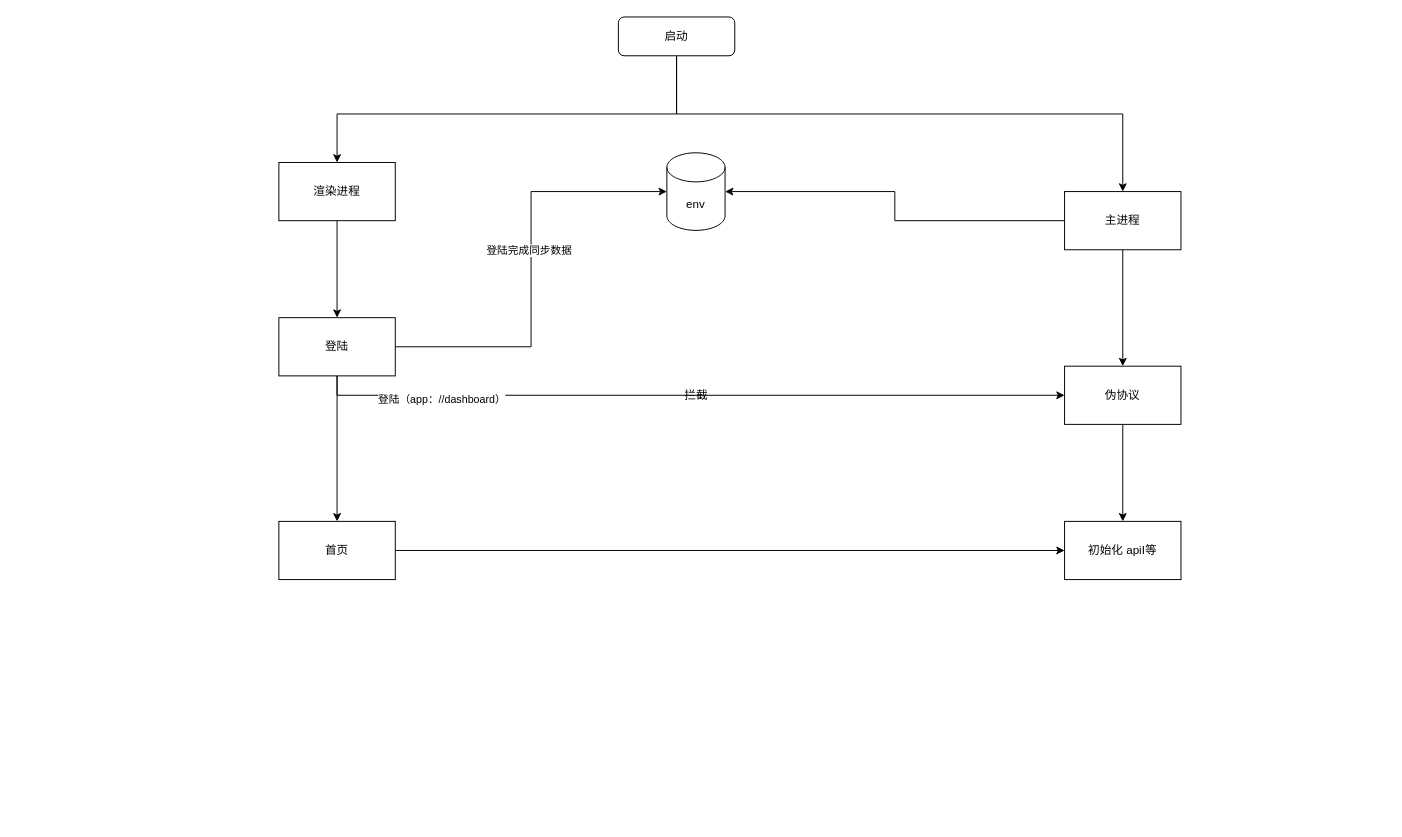
The draw.io diagram session.drawio in oppo-80343438/flowChart, before the edit. Source tidied: cells renumbered, new cells numbered last; positions are measured from the earlier drawing's top-left corner, leaving out a move shared by most shapes. Both pictures are drawn from the tidied source at 97%, with x=0, y=0 at pixel (278, 16).
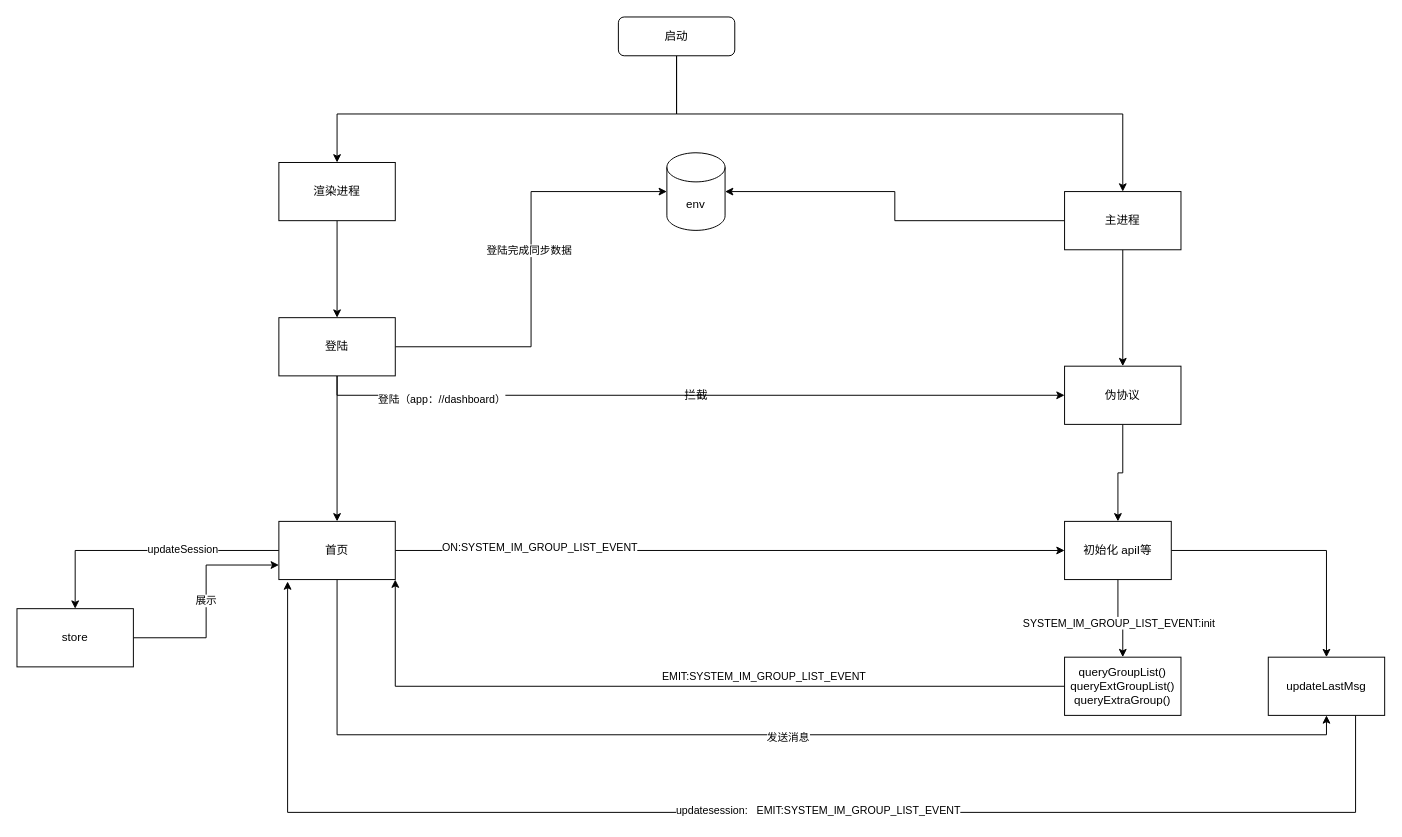
After the change.

Unchanged cells that the change refers to:
```xml
<mxCell id="20" style="edgeStyle=orthogonalEdgeStyle;rounded=0;jettySize=auto;html=1;entryX=0;entryY=0.5;entryDx=0;entryDy=0;" parent="1" edge="1" source="21" target="19">
  <mxGeometry relative="1" as="geometry">
    <Array as="points">
      <mxPoint x="810" y="550" />
      <mxPoint x="810" y="550" />
    </Array>
  </mxGeometry>
</mxCell>
<mxCell id="21" value="首页" style="rounded=0;whiteSpace=wrap;html=1;" parent="1" vertex="1">
  <mxGeometry y="520" width="120" height="60" as="geometry" />
</mxCell>
```

Change to the diagram source:
```diff
@@
+    <mxCell id="23" style="edgeStyle=orthogonalEdgeStyle;rounded=0;jettySize=auto;html=1;" parent="1" edge="1" source="19" target="32">
+      <mxGeometry relative="1" as="geometry" />
+    </mxCell>
+    <mxCell id="24" value="SYSTEM_IM_GROUP_LIST_EVENT:init" style="edgeLabel;html=1;align=center;verticalAlign=middle;" parent="23" vertex="1">
+      <mxGeometry x="-0.07" y="-4" relative="1" as="geometry" />
+    </mxCell>
+    <mxCell id="25" style="edgeStyle=orthogonalEdgeStyle;rounded=0;jettySize=auto;html=1;entryX=0.5;entryY=0;entryDx=0;entryDy=0;" parent="1" edge="1" source="19" target="38">
+      <mxGeometry relative="1" as="geometry" />
+    </mxCell>
     <mxCell id="19" value="初始化 apiI等" style="rounded=0;whiteSpace=wrap;html=1;" parent="1" vertex="1">
-      <mxGeometry x="810" y="520" width="120" height="60" as="geometry" />
+      <mxGeometry x="810" y="520" width="110" height="60" as="geometry" />
     </mxCell>
@@
+    <mxCell id="26" value="ON:SYSTEM_IM_GROUP_LIST_EVENT" style="edgeLabel;html=1;align=center;verticalAlign=middle;" parent="20" vertex="1">
+      <mxGeometry x="-0.57" y="4" relative="1" as="geometry" />
+    </mxCell>
+    <mxCell id="27" style="edgeStyle=orthogonalEdgeStyle;rounded=0;jettySize=auto;html=1;entryX=0.5;entryY=0;entryDx=0;entryDy=0;" parent="1" edge="1" source="21" target="35">
+      <mxGeometry relative="1" as="geometry" />
+    </mxCell>
+    <mxCell id="28" value="updateSession" style="edgeLabel;html=1;align=center;verticalAlign=middle;" parent="27" vertex="1">
+      <mxGeometry x="-0.26" y="-2" relative="1" as="geometry" />
+    </mxCell>
+    <mxCell id="29" style="edgeStyle=orthogonalEdgeStyle;rounded=0;jettySize=auto;html=1;entryX=0.5;entryY=1;entryDx=0;entryDy=0;" parent="1" edge="1" source="21" target="38">
+      <mxGeometry relative="1" as="geometry">
+        <Array as="points">
+          <mxPoint x="60" y="740" />
+          <mxPoint x="1080" y="740" />
+        </Array>
+      </mxGeometry>
+    </mxCell>
+    <mxCell id="30" value="发送消息" style="edgeLabel;html=1;align=center;verticalAlign=middle;" parent="29" vertex="1">
+      <mxGeometry x="0.04" y="-2" relative="1" as="geometry" />
+    </mxCell>
@@
+    <mxCell id="31" style="edgeStyle=orthogonalEdgeStyle;rounded=0;jettySize=auto;html=1;entryX=1;entryY=1;entryDx=0;entryDy=0;" parent="1" edge="1" source="32" target="21">
+      <mxGeometry relative="1" as="geometry" />
+    </mxCell>
+    <mxCell id="32" value="queryGroupList()&lt;br&gt;queryExtGroupList()&lt;br&gt;queryExtraGroup()" style="whiteSpace=wrap;html=1;rounded=0;" parent="1" vertex="1">
+      <mxGeometry x="810" y="660" width="120" height="60" as="geometry" />
+    </mxCell>
+    <mxCell id="33" value="&lt;span style=&quot;font-size: 11px ; background-color: rgb(255 , 255 , 255)&quot;&gt;EMIT:SYSTEM_IM_GROUP_LIST_EVENT&lt;/span&gt;" style="text;html=1;align=center;verticalAlign=middle;strokeColor=none;" parent="1" vertex="1">
+      <mxGeometry x="380" y="670" width="240" height="20" as="geometry" />
+    </mxCell>
+    <mxCell id="34" value="展示" style="edgeStyle=orthogonalEdgeStyle;rounded=0;jettySize=auto;html=1;entryX=0;entryY=0.75;entryDx=0;entryDy=0;" parent="1" edge="1" source="35" target="21">
+      <mxGeometry relative="1" as="geometry" />
+    </mxCell>
+    <mxCell id="35" value="store" style="rounded=0;whiteSpace=wrap;html=1;" parent="1" vertex="1">
+      <mxGeometry x="-270" y="610" width="120" height="60" as="geometry" />
+    </mxCell>
+    <mxCell id="36" style="edgeStyle=orthogonalEdgeStyle;rounded=0;jettySize=auto;html=1;exitX=0.75;exitY=1;exitDx=0;exitDy=0;entryX=0.075;entryY=1.033;entryDx=0;entryDy=0;entryPerimeter=0;" parent="1" edge="1" source="38" target="21">
+      <mxGeometry relative="1" as="geometry">
+        <Array as="points">
+          <mxPoint x="1110" y="820" />
+          <mxPoint x="9" y="820" />
+        </Array>
+      </mxGeometry>
+    </mxCell>
+    <mxCell id="37" value="updatesession:&amp;nbsp; &amp;nbsp;EMIT:SYSTEM_IM_GROUP_LIST_EVENT" style="edgeLabel;html=1;align=center;verticalAlign=middle;" parent="36" vertex="1">
+      <mxGeometry x="-0.09" y="-3" relative="1" as="geometry" />
+    </mxCell>
+    <mxCell id="38" value="updateLastMsg" style="rounded=0;whiteSpace=wrap;html=1;" parent="1" vertex="1">
+      <mxGeometry x="1020" y="660" width="120" height="60" as="geometry" />
+    </mxCell>
```
